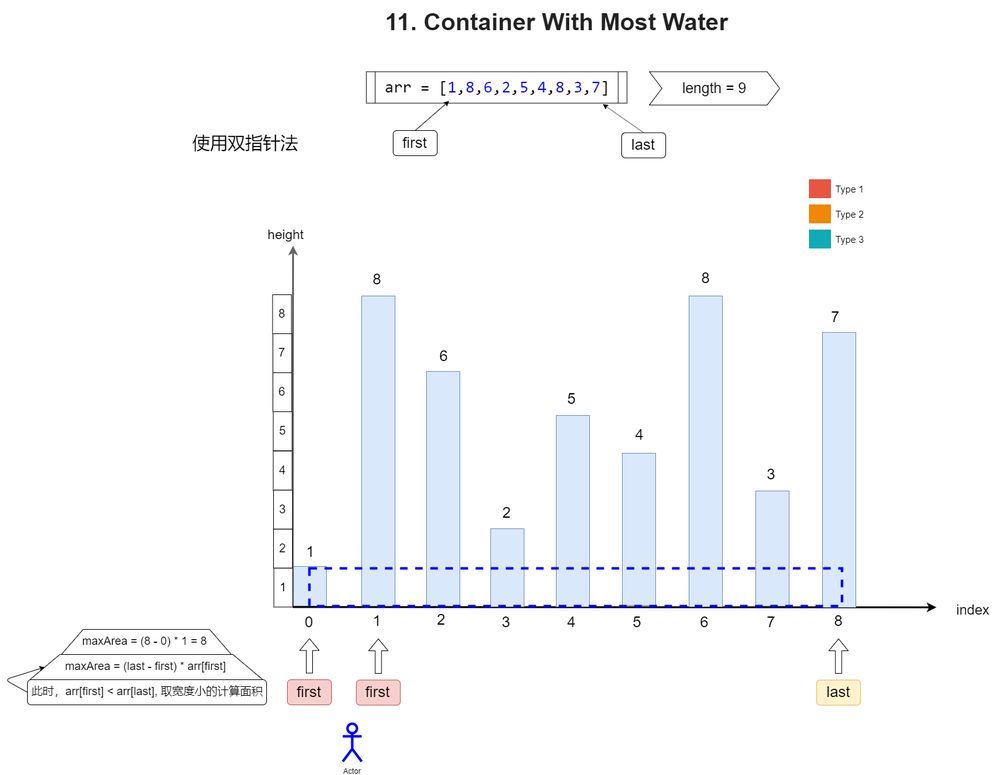
Before: Array/11_Container With Most Water/11_Container-With-Most-Water.png, a diagram exported from draw.io (Nevermore12321/LeetCode). Source tidied: cells renumbered, new cells last; positions are measured from the earlier drawing's top-left corner, leaving out a move shared by most shapes.
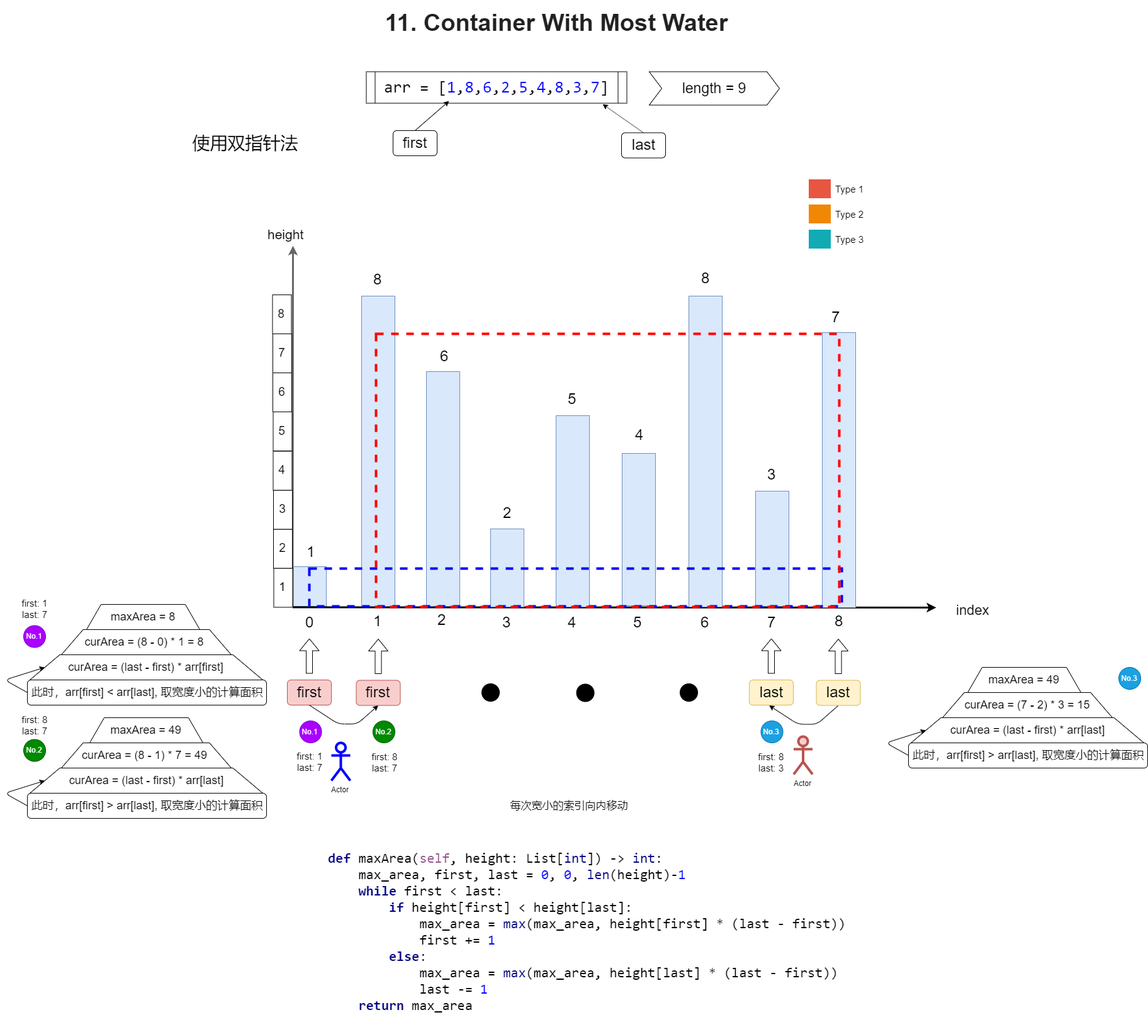
After the change.

The edit, as a diff of the source:
```diff
@@ -189,7 +189,7 @@
     <mxCell id="59" value="&lt;font style=&quot;font-size: 18px&quot;&gt;此时，arr[first] &amp;lt; arr[last], 取宽度小的计算面积&lt;/font&gt;" style="rounded=1;whiteSpace=wrap;html=1;" parent="1" vertex="1">
       <mxGeometry x="36" y="1080" width="380" height="40" as="geometry" />
     </mxCell>
-    <mxCell id="60" value="&lt;font style=&quot;font-size: 18px&quot;&gt;maxArea = (last - first) * arr[first]&lt;/font&gt;" style="shape=trapezoid;perimeter=trapezoidPerimeter;whiteSpace=wrap;html=1;size=0.12824576357147677;" parent="1" vertex="1">
+    <mxCell id="60" value="&lt;font style=&quot;font-size: 18px&quot;&gt;curArea = (last - first) * arr[first]&lt;/font&gt;" style="shape=trapezoid;perimeter=trapezoidPerimeter;whiteSpace=wrap;html=1;size=0.12824576357147677;" parent="1" vertex="1">
       <mxGeometry x="40" y="1040" width="370" height="40" as="geometry" />
     </mxCell>
     <mxCell id="61" style="endArrow=classic;html=1;exitX=0;exitY=0.5;exitDx=0;exitDy=0;entryX=0;entryY=0.5;entryDx=0;entryDy=0;" parent="1" edge="1" source="59" target="60">
@@ -199,14 +199,14 @@
         </Array>
       </mxGeometry>
     </mxCell>
-    <mxCell id="62" value="&lt;font style=&quot;font-size: 18px&quot;&gt;maxArea = (8 - 0) * 1 = 8&amp;nbsp;&lt;/font&gt;" style="shape=trapezoid;perimeter=trapezoidPerimeter;whiteSpace=wrap;html=1;size=0.12824576357147677;" parent="1" vertex="1">
+    <mxCell id="62" value="&lt;font style=&quot;font-size: 18px&quot;&gt;curArea = (8 - 0) * 1 = 8&amp;nbsp;&lt;/font&gt;" style="shape=trapezoid;perimeter=trapezoidPerimeter;whiteSpace=wrap;html=1;size=0.12824576357147677;" parent="1" vertex="1">
       <mxGeometry x="90" y="1000" width="270" height="40" as="geometry" />
     </mxCell>
     <mxCell id="63" style="rounded=0;whiteSpace=wrap;html=1;dashed=1;strokeColor=#0000FF;strokeWidth=4;fillColor=none;" parent="1" vertex="1">
       <mxGeometry x="484" y="903" width="846" height="60" as="geometry" />
     </mxCell>
     <mxCell id="64" value="Actor" style="shape=umlActor;verticalLabelPosition=bottom;labelBackgroundColor=#ffffff;verticalAlign=top;html=1;strokeColor=#0000FF;strokeWidth=4;fillColor=none;" parent="1" vertex="1">
-      <mxGeometry x="537" y="1150" width="30" height="60" as="geometry" />
+      <mxGeometry x="519" y="1180" width="30" height="60" as="geometry" />
     </mxCell>
     <mxCell id="65" style="shape=flexArrow;endArrow=classic;html=1;entryX=0.501;entryY=0.991;entryDx=0;entryDy=0;entryPerimeter=0;" parent="1" edge="1">
       <mxGeometry relative="1" as="geometry">
@@ -217,5 +217,127 @@
     <mxCell id="66" value="&lt;font style=&quot;font-size: 24px&quot;&gt;first&lt;/font&gt;" style="rounded=1;whiteSpace=wrap;html=1;fillColor=#f8cecc;strokeColor=#b85450;" parent="1" vertex="1">
       <mxGeometry x="558.5" y="1080.5" width="70" height="40" as="geometry" />
     </mxCell>
+    <mxCell id="67" style="endArrow=classic;html=1;entryX=0.5;entryY=1;entryDx=0;entryDy=0;exitX=0.5;exitY=1;exitDx=0;exitDy=0;strokeColor=#000000;rounded=1;" parent="1" edge="1" source="56" target="66">
+      <mxGeometry relative="1" as="geometry">
+        <Array as="points">
+          <mxPoint x="530" y="1150" />
+          <mxPoint x="560" y="1150" />
+        </Array>
+      </mxGeometry>
+    </mxCell>
+    <mxCell id="68" value="&lt;font style=&quot;font-size: 18px&quot;&gt;此时，arr[first] &amp;gt; arr[last], 取宽度小的计算面积&lt;/font&gt;" style="rounded=1;whiteSpace=wrap;html=1;" parent="1" vertex="1">
+      <mxGeometry x="36" y="1260" width="380" height="40" as="geometry" />
+    </mxCell>
+    <mxCell id="69" value="&lt;font style=&quot;font-size: 18px&quot;&gt;curArea = (last - first) * arr[last]&lt;/font&gt;" style="shape=trapezoid;perimeter=trapezoidPerimeter;whiteSpace=wrap;html=1;size=0.12824576357147677;" parent="1" vertex="1">
+      <mxGeometry x="40" y="1220" width="370" height="40" as="geometry" />
+    </mxCell>
+    <mxCell id="70" style="endArrow=classic;html=1;exitX=0;exitY=0.5;exitDx=0;exitDy=0;entryX=0;entryY=0.5;entryDx=0;entryDy=0;" parent="1" edge="1" source="68" target="69">
+      <mxGeometry relative="1" as="geometry">
+        <Array as="points">
+          <mxPoint y="1260" />
+        </Array>
+      </mxGeometry>
+    </mxCell>
+    <mxCell id="71" value="&lt;font style=&quot;font-size: 18px&quot;&gt;curArea = (8 - 1) * 7 = 49&amp;nbsp;&lt;/font&gt;" style="shape=trapezoid;perimeter=trapezoidPerimeter;whiteSpace=wrap;html=1;size=0.12824576357147677;" parent="1" vertex="1">
+      <mxGeometry x="90" y="1180" width="270" height="40" as="geometry" />
+    </mxCell>
+    <mxCell id="72" value="No.1" style="ellipse;whiteSpace=wrap;html=1;fillColor=#aa00ff;strokeColor=#7700CC;fontColor=#ffffff;" parent="1" vertex="1">
+      <mxGeometry x="30" y="993.5" width="35" height="35" as="geometry" />
+    </mxCell>
+    <mxCell id="73" value="No.1" style="ellipse;whiteSpace=wrap;html=1;fillColor=#aa00ff;strokeColor=#7700CC;fontColor=#ffffff;" parent="1" vertex="1">
+      <mxGeometry x="468.5" y="1145" width="35" height="35" as="geometry" />
+    </mxCell>
+    <mxCell id="74" value="No.2" style="ellipse;whiteSpace=wrap;html=1;fillColor=#008a00;strokeColor=#005700;fontColor=#ffffff;" parent="1" vertex="1">
+      <mxGeometry x="585" y="1145" width="35" height="35" as="geometry" />
+    </mxCell>
+    <mxCell id="75" value="No.2" style="ellipse;whiteSpace=wrap;html=1;fillColor=#008a00;strokeColor=#005700;fontColor=#ffffff;" parent="1" vertex="1">
+      <mxGeometry x="30" y="1174.5" width="35" height="35" as="geometry" />
+    </mxCell>
+    <mxCell id="76" value="&lt;font style=&quot;font-size: 17px&quot;&gt;每次宽小的索引向内移动&lt;/font&gt;" style="text;html=1;strokeColor=none;fillColor=none;align=center;verticalAlign=middle;whiteSpace=wrap;rounded=0;" parent="1" vertex="1">
+      <mxGeometry x="763" y="1270" width="267" height="20" as="geometry" />
+    </mxCell>
+    <mxCell id="77" value="&lt;font style=&quot;font-size: 18px&quot;&gt;maxArea = 8&lt;/font&gt;" style="shape=trapezoid;perimeter=trapezoidPerimeter;whiteSpace=wrap;html=1;size=0.12824576357147677;" parent="1" vertex="1">
+      <mxGeometry x="130" y="960" width="180" height="40" as="geometry" />
+    </mxCell>
+    <mxCell id="78" value="&lt;font style=&quot;font-size: 18px&quot;&gt;maxArea = 49&lt;/font&gt;" style="shape=trapezoid;perimeter=trapezoidPerimeter;whiteSpace=wrap;html=1;size=0.12824576357147677;" parent="1" vertex="1">
+      <mxGeometry x="135" y="1140" width="180" height="40" as="geometry" />
+    </mxCell>
+    <mxCell id="79" style="rounded=0;whiteSpace=wrap;html=1;dashed=1;strokeColor=#FF0000;strokeWidth=4;fillColor=none;" parent="1" vertex="1">
+      <mxGeometry x="590" y="530" width="736" height="434" as="geometry" />
+    </mxCell>
+    <mxCell id="80" style="shape=flexArrow;endArrow=classic;html=1;entryX=0.501;entryY=0.991;entryDx=0;entryDy=0;entryPerimeter=0;" parent="1" edge="1">
+      <mxGeometry relative="1" as="geometry">
+        <mxPoint x="1218" y="1070" as="sourcePoint" />
+        <mxPoint x="1218" y="1014.1" as="targetPoint" />
+      </mxGeometry>
+    </mxCell>
+    <mxCell id="81" value="&lt;font style=&quot;font-size: 24px&quot;&gt;last&lt;/font&gt;" style="rounded=1;whiteSpace=wrap;html=1;fillColor=#fff2cc;strokeColor=#d6b656;" parent="1" vertex="1">
+      <mxGeometry x="1183" y="1080" width="70" height="40" as="geometry" />
+    </mxCell>
+    <mxCell id="82" value="Actor" style="shape=umlActor;verticalLabelPosition=bottom;labelBackgroundColor=#ffffff;verticalAlign=top;html=1;strokeColor=#b85450;strokeWidth=4;fillColor=#f8cecc;" parent="1" vertex="1">
+      <mxGeometry x="1253.5" y="1170" width="30" height="60" as="geometry" />
+    </mxCell>
+    <mxCell id="83" style="endArrow=classic;html=1;entryX=0.5;entryY=1;entryDx=0;entryDy=0;exitX=0.5;exitY=1;exitDx=0;exitDy=0;strokeColor=#000000;rounded=1;" parent="1" edge="1">
+      <mxGeometry relative="1" as="geometry">
+        <mxPoint x="1324" y="1121" as="sourcePoint" />
+        <mxPoint x="1214.5" y="1120.5" as="targetPoint" />
+        <Array as="points">
+          <mxPoint x="1290.5" y="1150.5" />
+          <mxPoint x="1260.5" y="1150.5" />
+        </Array>
+      </mxGeometry>
+    </mxCell>
+    <mxCell id="84" value="No.3" style="ellipse;whiteSpace=wrap;html=1;fillColor=#1ba1e2;strokeColor=#006EAF;fontColor=#ffffff;" parent="1" vertex="1">
+      <mxGeometry x="1201.5" y="1145" width="35" height="35" as="geometry" />
+    </mxCell>
+    <mxCell id="85" value="&lt;font style=&quot;font-size: 18px&quot;&gt;此时，arr[first] &amp;gt; arr[last], 取宽度小的计算面积&lt;/font&gt;" style="rounded=1;whiteSpace=wrap;html=1;" parent="1" vertex="1">
+      <mxGeometry x="1436" y="1180" width="380" height="40" as="geometry" />
+    </mxCell>
+    <mxCell id="86" value="&lt;font style=&quot;font-size: 18px&quot;&gt;curArea = (last - first) * arr[last]&lt;/font&gt;" style="shape=trapezoid;perimeter=trapezoidPerimeter;whiteSpace=wrap;html=1;size=0.12824576357147677;" parent="1" vertex="1">
+      <mxGeometry x="1440" y="1140" width="370" height="40" as="geometry" />
+    </mxCell>
+    <mxCell id="87" style="endArrow=classic;html=1;exitX=0;exitY=0.5;exitDx=0;exitDy=0;entryX=0;entryY=0.5;entryDx=0;entryDy=0;" parent="1" edge="1" source="85" target="86">
+      <mxGeometry relative="1" as="geometry">
+        <Array as="points">
+          <mxPoint x="1400" y="1180" />
+        </Array>
+      </mxGeometry>
+    </mxCell>
+    <mxCell id="88" value="&lt;font style=&quot;font-size: 18px&quot;&gt;curArea = (7 - 2) * 3 = 15&lt;/font&gt;" style="shape=trapezoid;perimeter=trapezoidPerimeter;whiteSpace=wrap;html=1;size=0.12824576357147677;" parent="1" vertex="1">
+      <mxGeometry x="1490" y="1100" width="270" height="40" as="geometry" />
+    </mxCell>
+    <mxCell id="89" value="&lt;font style=&quot;font-size: 18px&quot;&gt;maxArea = 49&lt;/font&gt;" style="shape=trapezoid;perimeter=trapezoidPerimeter;whiteSpace=wrap;html=1;size=0.12824576357147677;" parent="1" vertex="1">
+      <mxGeometry x="1530" y="1060" width="180" height="40" as="geometry" />
+    </mxCell>
+    <mxCell id="90" value="No.3" style="ellipse;whiteSpace=wrap;html=1;fillColor=#1ba1e2;strokeColor=#006EAF;fontColor=#ffffff;" parent="1" vertex="1">
+      <mxGeometry x="1770" y="1060" width="35" height="35" as="geometry" />
+    </mxCell>
+    <mxCell id="91" value="&lt;font style=&quot;font-size: 15px&quot;&gt;first: 1&lt;br&gt;last: 7&lt;/font&gt;" style="text;html=1;strokeColor=none;fillColor=none;align=center;verticalAlign=middle;whiteSpace=wrap;rounded=0;" parent="1" vertex="1">
+      <mxGeometry x="448.5" y="1180" width="72" height="59" as="geometry" />
+    </mxCell>
+    <mxCell id="92" value="&lt;font style=&quot;font-size: 15px&quot;&gt;first: 8&lt;br&gt;last: 7&lt;/font&gt;" style="text;html=1;strokeColor=none;fillColor=none;align=center;verticalAlign=middle;whiteSpace=wrap;rounded=0;" parent="1" vertex="1">
+      <mxGeometry x="567" y="1181" width="72" height="59" as="geometry" />
+    </mxCell>
+    <mxCell id="93" value="&lt;font style=&quot;font-size: 15px&quot;&gt;first: 1&lt;br&gt;last: 7&lt;/font&gt;" style="text;html=1;strokeColor=none;fillColor=none;align=center;verticalAlign=middle;whiteSpace=wrap;rounded=0;" parent="1" vertex="1">
+      <mxGeometry x="11.5" y="937" width="72" height="59" as="geometry" />
+    </mxCell>
+    <mxCell id="94" value="&lt;font style=&quot;font-size: 15px&quot;&gt;first: 8&lt;br&gt;last: 7&lt;/font&gt;" style="text;html=1;strokeColor=none;fillColor=none;align=center;verticalAlign=middle;whiteSpace=wrap;rounded=0;" parent="1" vertex="1">
+      <mxGeometry x="11.5" y="1122" width="72" height="59" as="geometry" />
+    </mxCell>
+    <mxCell id="95" value="&lt;font style=&quot;font-size: 15px&quot;&gt;first: 8&lt;br&gt;last: 3&lt;/font&gt;" style="text;html=1;strokeColor=none;fillColor=none;align=center;verticalAlign=middle;whiteSpace=wrap;rounded=0;" parent="1" vertex="1">
+      <mxGeometry x="1181.5" y="1181" width="72" height="59" as="geometry" />
+    </mxCell>
+    <mxCell id="96" style="ellipse;whiteSpace=wrap;html=1;strokeColor=#000000;fillColor=#000000;" parent="1" vertex="1">
+      <mxGeometry x="758" y="1086" width="28" height="28" as="geometry" />
+    </mxCell>
+    <mxCell id="97" style="ellipse;whiteSpace=wrap;html=1;strokeColor=#000000;fillColor=#000000;" parent="1" vertex="1">
+      <mxGeometry x="908.5" y="1086.5" width="28" height="28" as="geometry" />
+    </mxCell>
+    <mxCell id="98" style="ellipse;whiteSpace=wrap;html=1;strokeColor=#000000;fillColor=#000000;" parent="1" vertex="1">
+      <mxGeometry x="1073" y="1086" width="28" height="28" as="geometry" />
+    </mxCell>
+    <mxCell id="99" value="&lt;pre style=&quot;background-color: rgb(255 , 255 , 255) ; font-family: &amp;#34;consolas&amp;#34; ; font-size: 22px&quot;&gt;&lt;pre style=&quot;font-family: &amp;#34;consolas&amp;#34;&quot;&gt;&lt;span style=&quot;color: #000080 ; font-weight: bold&quot;&gt;def &lt;/span&gt;maxArea(&lt;span style=&quot;color: #94558d&quot;&gt;self&lt;/span&gt;, height: List[&lt;span style=&quot;color: #000080&quot;&gt;int&lt;/span&gt;]) -&amp;gt; &lt;span style=&quot;color: #000080&quot;&gt;int&lt;/span&gt;:&lt;br&gt;    max_area, first, last = &lt;span style=&quot;color: #0000ff&quot;&gt;0&lt;/span&gt;, &lt;span style=&quot;color: #0000ff&quot;&gt;0&lt;/span&gt;, &lt;span style=&quot;color: #000080&quot;&gt;len&lt;/span&gt;(height)-&lt;span style=&quot;color: #0000ff&quot;&gt;1&lt;br&gt;&lt;/span&gt;&lt;span style=&quot;color: #0000ff&quot;&gt;    &lt;/span&gt;&lt;span style=&quot;color: #000080 ; font-weight: bold&quot;&gt;while &lt;/span&gt;first &amp;lt; last:&lt;br&gt;        &lt;span style=&quot;color: #000080 ; font-weight: bold&quot;&gt;if &lt;/span&gt;height[first] &amp;lt; height[last]:&lt;br&gt;            max_area = &lt;span style=&quot;color: #000080&quot;&gt;max&lt;/span&gt;(max_area, height[first] * (last - first))&lt;br&gt;            first += &lt;span style=&quot;color: #0000ff&quot;&gt;1&lt;br&gt;&lt;/span&gt;&lt;span style=&quot;color: #0000ff&quot;&gt;        &lt;/span&gt;&lt;span style=&quot;color: #000080 ; font-weight: bold&quot;&gt;else&lt;/span&gt;:&lt;br&gt;            max_area = &lt;span style=&quot;color: #000080&quot;&gt;max&lt;/span&gt;(max_area, height[last] * (last - first))&lt;br&gt;            last -= &lt;span style=&quot;color: #0000ff&quot;&gt;1&lt;br&gt;&lt;/span&gt;&lt;span style=&quot;color: #0000ff&quot;&gt;    &lt;/span&gt;&lt;span style=&quot;color: #000080 ; font-weight: bold&quot;&gt;return &lt;/span&gt;max_area&lt;/pre&gt;&lt;/pre&gt;" style="text;html=1;strokeColor=none;fillColor=none;align=left;verticalAlign=middle;whiteSpace=wrap;rounded=0;" parent="1" vertex="1">
+      <mxGeometry x="511.5" y="1340" width="850" height="280" as="geometry" />
+    </mxCell>
   </root>
 </mxGraphModel>
```
